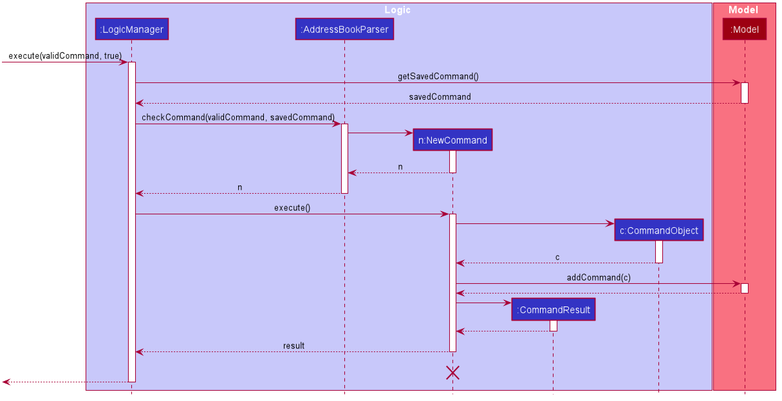
Before: docs/images/NewCommandDiagram.png, a diagram exported from PlantUML (nus-cs2103-AY1920S1/addressbook-level3).
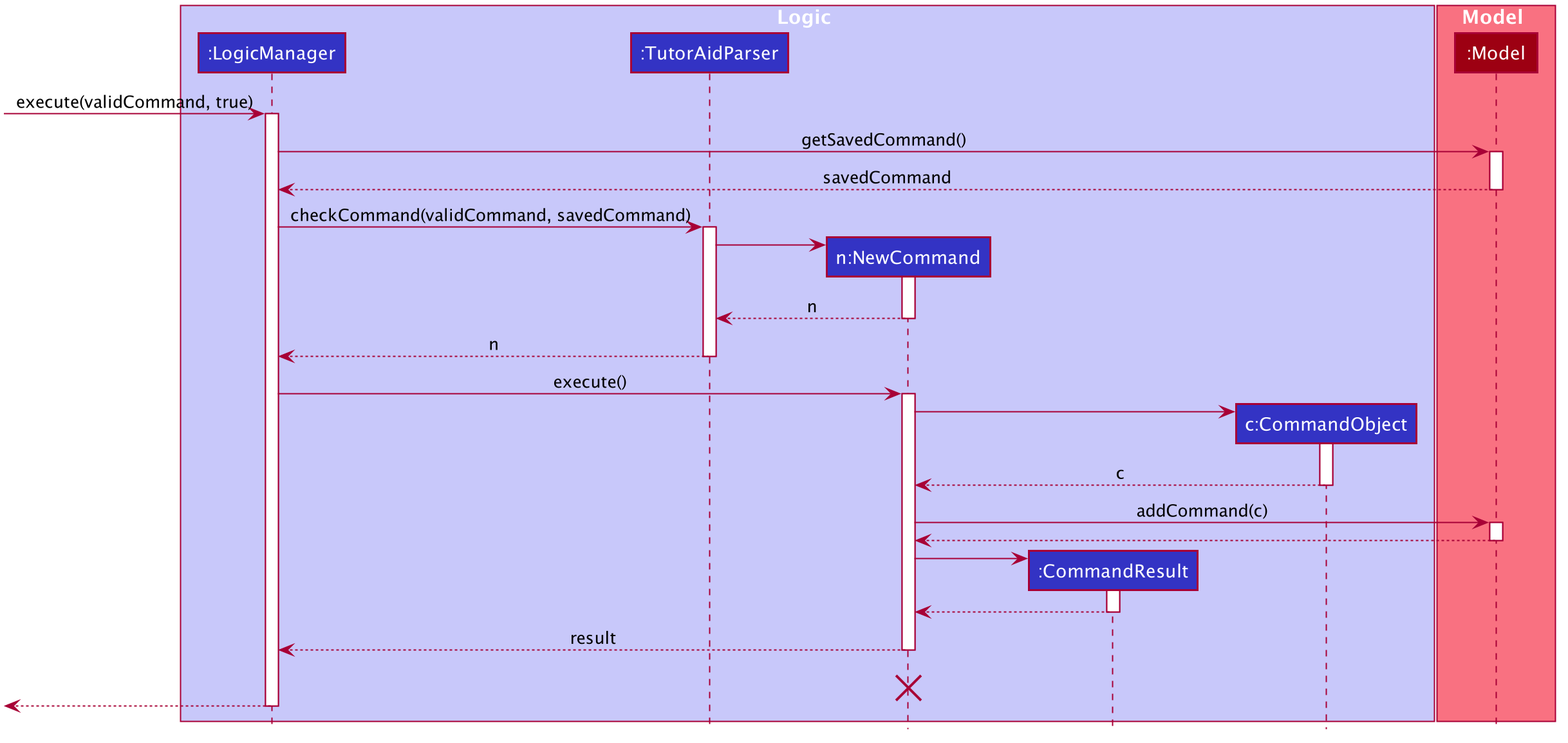
The same file after the commit.

Change to the diagram source:
```diff
@@ -50,7 +50,7 @@
 
 box Logic #C8C8FA
 participant ":LogicManager" as LogicManager #3333C4
-participant ":AddressBookParser" as AddressBookParser #3333C4
+participant ":TutorAidParser" as TutorAidParser #3333C4
 participant "n:NewCommand" as DeleteCommand #3333C4
 participant ":CommandResult" as CommandResult #3333C4
 participant "c:CommandObject" as CommandObject #3333C4
@@ -69,18 +69,18 @@
 Model --> LogicManager: savedCommand
 deactivate Model
 
-LogicManager -> AddressBookParser : checkCommand(validCommand, savedCommand)
-activate AddressBookParser
+LogicManager -> TutorAidParser : checkCommand(validCommand, savedCommand)
+activate TutorAidParser
 
 create DeleteCommand
-AddressBookParser -> DeleteCommand
+TutorAidParser -> DeleteCommand
 activate DeleteCommand
 
-DeleteCommand --> AddressBookParser : n
+DeleteCommand --> TutorAidParser : n
 deactivate DeleteCommand
 
-AddressBookParser --> LogicManager : n
-deactivate AddressBookParser
+TutorAidParser --> LogicManager : n
+deactivate TutorAidParser
 
 LogicManager -> DeleteCommand : execute()
 activate DeleteCommand
```
